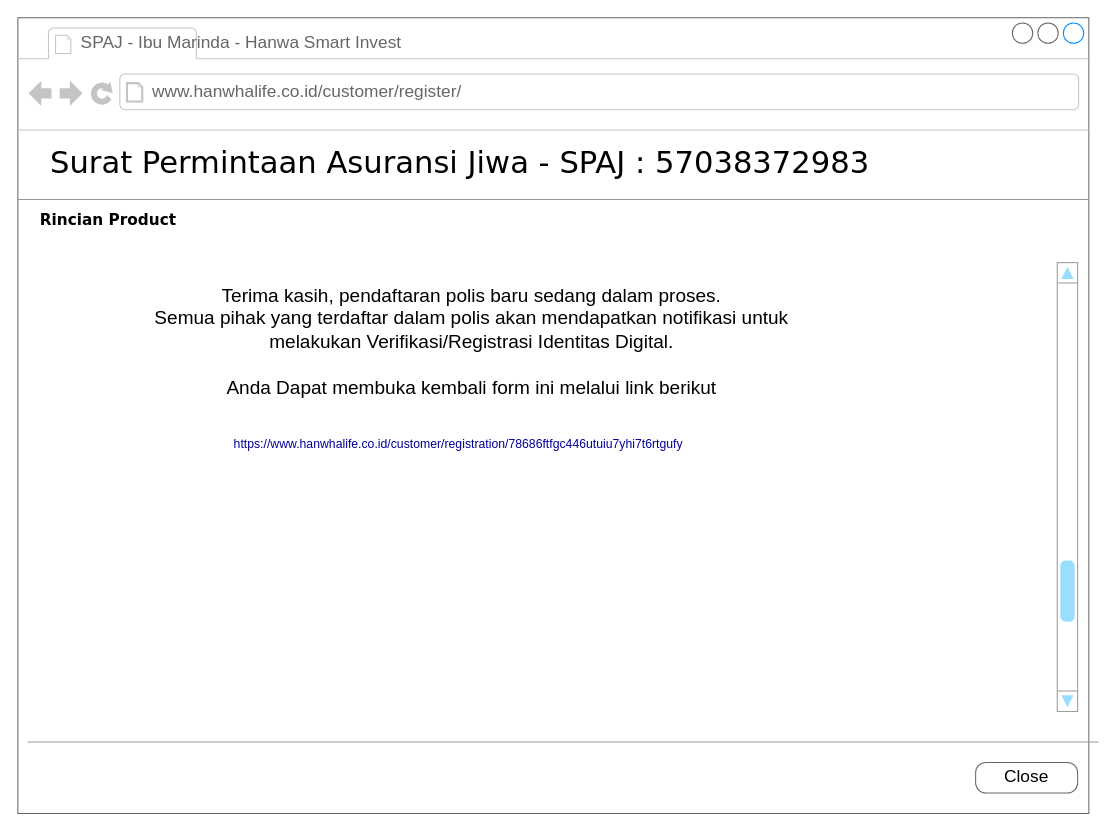
Earlier version of the draw.io diagram page "Final Page" (12 of 17) of CustomerInvitation.drawio (gustianom/hanwhaiso). Source tidied: cells renumbered, new cells numbered last; positions are measured from the earlier drawing's top-left corner, leaving out a move shared by most shapes. Both pictures are drawn from the tidied source at 102%, with x=0, y=0 at pixel (17, 17).
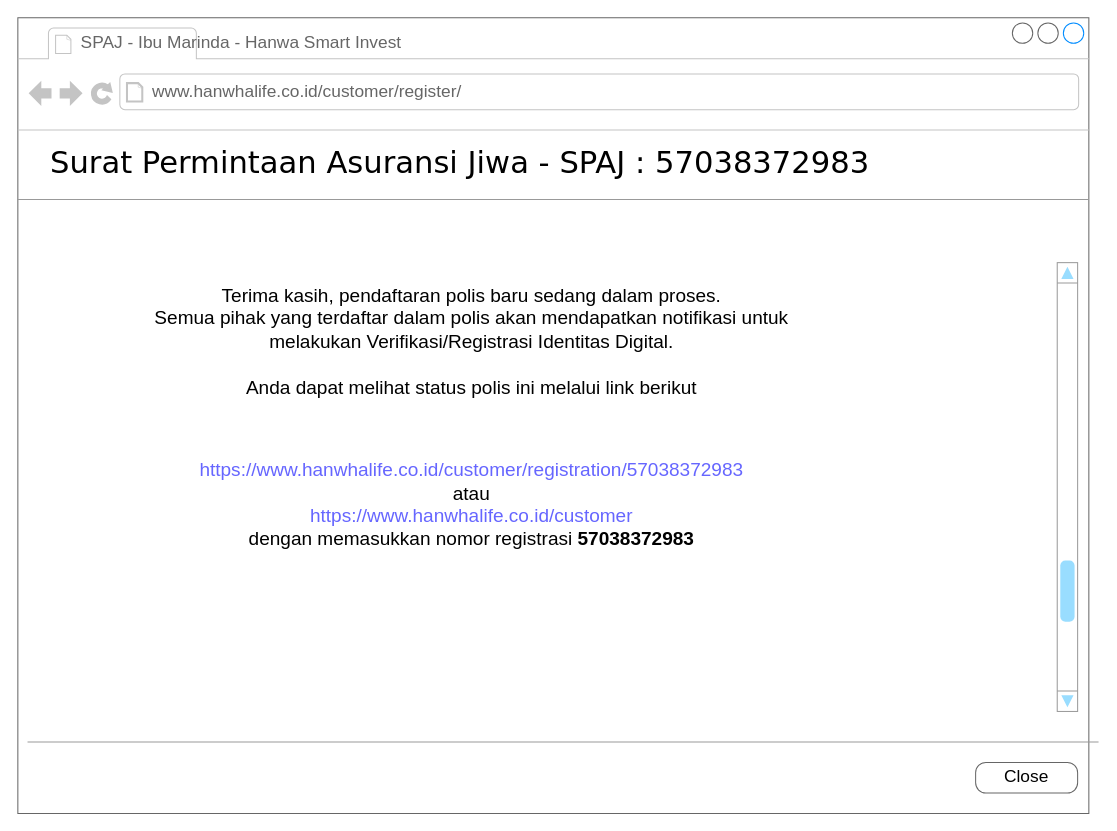
The same diagram, later.

Diff of the diagram source:
```diff
@@
 <mxGraphModel background="#ffffff">
   <root>
     <mxCell id="0" />
     <mxCell id="1" parent="0" />
     <mxCell id="2" style="strokeWidth=1;shadow=0;dashed=0;align=center;html=1;shape=mxgraph.mockup.containers.browserWindow;rSize=0;strokeColor=#666666;mainText=,;rounded=0;labelBackgroundColor=none;fontFamily=Verdana;fontSize=12;" parent="1" vertex="1">
       <mxGeometry width="1050" height="780" as="geometry" />
     </mxCell>
     <mxCell id="3" value="SPAJ - Ibu Marinda - Hanwa Smart Invest" style="strokeWidth=1;shadow=0;dashed=0;align=center;html=1;shape=mxgraph.mockup.containers.anchor;fontSize=17;fontColor=#666666;align=left;" parent="2" vertex="1">
       <mxGeometry x="60" y="12" width="110" height="26" as="geometry" />
     </mxCell>
     <mxCell id="4" value="www.hanwhalife.co.id/customer/register/" style="strokeWidth=1;shadow=0;dashed=0;align=center;html=1;shape=mxgraph.mockup.containers.anchor;rSize=0;fontSize=17;fontColor=#666666;align=left;" parent="2" vertex="1">
       <mxGeometry x="130" y="60" width="250" height="26" as="geometry" />
     </mxCell>
     <mxCell id="5" value="Surat Permintaan Asuransi Jiwa - SPAJ : 57038372983" style="text;html=1;align=left;verticalAlign=top;spacingTop=-4;fontSize=30;fontFamily=Verdana;" parent="2" vertex="1">
       <mxGeometry x="30" y="122" width="890" height="50" as="geometry" />
     </mxCell>
     <mxCell id="6" style="verticalLabelPosition=bottom;shadow=0;dashed=0;align=center;html=1;verticalAlign=top;strokeWidth=1;shape=mxgraph.mockup.markup.line;strokeColor=#999999;rounded=0;labelBackgroundColor=none;fillColor=#ffffff;fontFamily=Verdana;fontSize=12;fontColor=#000000;" parent="2" vertex="1">
       <mxGeometry y="168" width="1050" height="20" as="geometry" />
     </mxCell>
-    <mxCell id="7" value="&lt;b&gt;Rincian Product&lt;/b&gt;" style="text;html=1;align=left;verticalAlign=top;spacingTop=-4;fontSize=15;fontFamily=Verdana;" parent="2" vertex="1">
-      <mxGeometry x="20" y="187" width="170" height="30" as="geometry" />
-    </mxCell>
     <mxCell id="8" style="verticalLabelPosition=bottom;shadow=0;dashed=0;align=center;html=1;verticalAlign=top;strokeWidth=1;shape=mxgraph.mockup.markup.line;strokeColor=#999999;rounded=0;labelBackgroundColor=none;fillColor=#ffffff;fontFamily=Verdana;fontSize=12;fontColor=#000000;" parent="2" vertex="1">
       <mxGeometry x="9.5" y="700" width="1050" height="20" as="geometry" />
     </mxCell>
     <mxCell id="9" style="verticalLabelPosition=bottom;shadow=0;dashed=0;align=center;html=1;verticalAlign=top;strokeWidth=1;shape=mxgraph.mockup.navigation.scrollBar;strokeColor=#999999;barPos=20;fillColor2=#99ddff;strokeColor2=none;direction=north;" parent="2" vertex="1">
       <mxGeometry x="1019" y="240" width="20" height="440" as="geometry" />
     </mxCell>
-    <mxCell id="10" value="&lt;span style=&quot;font-size: 14.0pt ; font-family: &amp;#34;yd윤고딕 320&amp;#34; ; color: black&quot;&gt;Terima&lt;/span&gt;&lt;span style=&quot;font-size: 14.0pt ; font-family: &amp;#34;yd윤고딕 320&amp;#34; ; color: black&quot;&gt;&lt;/span&gt;&lt;span style=&quot;font-size: 14.0pt ; font-family: &amp;#34;yd윤고딕 320&amp;#34; ; color: black&quot;&gt; kasih&lt;/span&gt;&lt;span style=&quot;font-size: 14.0pt ; font-family: &amp;#34;yd윤고딕 320&amp;#34; ; color: black&quot;&gt;, &lt;/span&gt;&lt;span style=&quot;font-size: 14.0pt ; font-family: &amp;#34;yd윤고딕 320&amp;#34; ; color: black&quot;&gt;pendaftaran&lt;/span&gt;&lt;span style=&quot;font-size: 14.0pt ; font-family: &amp;#34;yd윤고딕 320&amp;#34; ; color: black&quot;&gt; polis &lt;/span&gt;&lt;span style=&quot;font-size: 14.0pt ; font-family: &amp;#34;yd윤고딕 320&amp;#34; ; color: black&quot;&gt;baru&lt;/span&gt;&lt;span style=&quot;font-size: 14.0pt ; font-family: &amp;#34;yd윤고딕 320&amp;#34; ; color: black&quot;&gt; &lt;/span&gt;&lt;span style=&quot;font-size: 14.0pt ; font-family: &amp;#34;yd윤고딕 320&amp;#34; ; color: black&quot;&gt;sedang&lt;/span&gt;&lt;span style=&quot;font-size: 14.0pt ; font-family: &amp;#34;yd윤고딕 320&amp;#34; ; color: black&quot;&gt;&lt;/span&gt;&lt;span style=&quot;font-size: 14.0pt ; font-family: &amp;#34;yd윤고딕 320&amp;#34; ; color: black&quot;&gt; dalam&lt;/span&gt;&lt;span style=&quot;font-size: 14.0pt ; font-family: &amp;#34;yd윤고딕 320&amp;#34; ; color: black&quot;&gt; proses. &lt;/span&gt;&lt;div align=&quot;center&quot;&gt;&lt;span style=&quot;font-size: 14.0pt ; font-family: &amp;#34;yd윤고딕 320&amp;#34; ; color: black&quot;&gt;Semua&lt;/span&gt;&lt;span style=&quot;font-size: 14.0pt ; font-family: &amp;#34;yd윤고딕 320&amp;#34; ; color: black&quot;&gt;&lt;/span&gt;&lt;span style=&quot;font-size: 14.0pt ; font-family: &amp;#34;yd윤고딕 320&amp;#34; ; color: black&quot;&gt; pihak&lt;/span&gt;&lt;span style=&quot;font-size: 14.0pt ; font-family: &amp;#34;yd윤고딕 320&amp;#34; ; color: black&quot;&gt; yang&lt;/span&gt;&lt;span style=&quot;font-size: 14.0pt ; font-family: &amp;#34;yd윤고딕 320&amp;#34; ; color: black&quot;&gt; terdaftar&lt;/span&gt;&lt;span style=&quot;font-size: 14.0pt ; font-family: &amp;#34;yd윤고딕 320&amp;#34; ; color: black&quot;&gt; &lt;/span&gt;&lt;span style=&quot;font-size: 14.0pt ; font-family: &amp;#34;yd윤고딕 320&amp;#34; ; color: black&quot;&gt;dalam&lt;/span&gt;&lt;span style=&quot;font-size: 14.0pt ; font-family: &amp;#34;yd윤고딕 320&amp;#34; ; color: black&quot;&gt;&lt;/span&gt;&lt;span style=&quot;font-size: 14.0pt ; font-family: &amp;#34;yd윤고딕 320&amp;#34; ; color: black&quot;&gt; polis &lt;/span&gt;&lt;span style=&quot;font-size: 14.0pt ; font-family: &amp;#34;yd윤고딕 320&amp;#34; ; color: black&quot;&gt;akan&lt;/span&gt;&lt;span style=&quot;font-size: 14.0pt ; font-family: &amp;#34;yd윤고딕 320&amp;#34; ; color: black&quot;&gt; &lt;/span&gt;&lt;span style=&quot;font-size: 14.0pt ; font-family: &amp;#34;yd윤고딕 320&amp;#34; ; color: black&quot;&gt;mendapatkan&lt;/span&gt;&lt;span style=&quot;font-size: 14.0pt ; font-family: &amp;#34;yd윤고딕 320&amp;#34; ; color: black&quot;&gt;&lt;/span&gt;&lt;span style=&quot;font-size: 14.0pt ; font-family: &amp;#34;yd윤고딕 320&amp;#34; ; color: black&quot;&gt; notifikasi&lt;/span&gt;&lt;span style=&quot;font-size: 14.0pt ; font-family: &amp;#34;yd윤고딕 320&amp;#34; ; color: black&quot;&gt; &lt;/span&gt;&lt;span style=&quot;font-size: 14.0pt ; font-family: &amp;#34;yd윤고딕 320&amp;#34; ; color: black&quot;&gt;untuk&lt;/span&gt;&lt;span style=&quot;font-size: 14.0pt ; font-family: &amp;#34;yd윤고딕 320&amp;#34; ; color: black&quot;&gt;&lt;/span&gt;&lt;span style=&quot;font-size: 14.0pt ; font-family: &amp;#34;yd윤고딕 320&amp;#34; ; color: black&quot;&gt; melakukan&lt;/span&gt;&lt;span style=&quot;font-size: 14.0pt ; font-family: &amp;#34;yd윤고딕 320&amp;#34; ; color: black&quot;&gt;&lt;/span&gt;&lt;span style=&quot;font-size: 14.0pt ; font-family: &amp;#34;yd윤고딕 320&amp;#34; ; color: black&quot;&gt; Verifikasi&lt;/span&gt;&lt;span style=&quot;font-size: 14.0pt ; font-family: &amp;#34;yd윤고딕 320&amp;#34; ; color: black&quot;&gt;/&lt;/span&gt;&lt;span style=&quot;font-size: 14.0pt ; font-family: &amp;#34;yd윤고딕 320&amp;#34; ; color: black&quot;&gt;Registrasi&lt;/span&gt;&lt;span style=&quot;font-size: 14.0pt ; font-family: &amp;#34;yd윤고딕 320&amp;#34; ; color: black&quot;&gt;&lt;/span&gt;&lt;span style=&quot;font-size: 14.0pt ; font-family: &amp;#34;yd윤고딕 320&amp;#34; ; color: black&quot;&gt; Identitas&lt;/span&gt;&lt;span style=&quot;font-size: 14.0pt ; font-family: &amp;#34;yd윤고딕 320&amp;#34; ; color: black&quot;&gt; Digital.&lt;/span&gt;&lt;/div&gt;&lt;div align=&quot;center&quot;&gt;&lt;span style=&quot;font-size: 14.0pt ; font-family: &amp;#34;yd윤고딕 320&amp;#34; ; color: black&quot;&gt;&lt;br&gt;&lt;/span&gt;&lt;/div&gt;&lt;div align=&quot;center&quot;&gt;&lt;span style=&quot;font-size: 14.0pt ; font-family: &amp;#34;yd윤고딕 320&amp;#34; ; color: black&quot;&gt;Anda Dapat membuka kembali form ini melalui link berikut&lt;/span&gt;&lt;/div&gt;" style="text;whiteSpace=wrap;html=1;fontColor=#000099;align=center;" parent="2" vertex="1">
-      <mxGeometry x="110" y="255" width="670" height="125" as="geometry" />
+    <mxCell id="10" value="&lt;span style=&quot;font-size: 14.0pt ; font-family: &amp;#34;yd윤고딕 320&amp;#34; ; color: black&quot;&gt;Terima&lt;/span&gt;&lt;span style=&quot;font-size: 14.0pt ; font-family: &amp;#34;yd윤고딕 320&amp;#34; ; color: black&quot;&gt;&lt;/span&gt;&lt;span style=&quot;font-size: 14.0pt ; font-family: &amp;#34;yd윤고딕 320&amp;#34; ; color: black&quot;&gt; kasih&lt;/span&gt;&lt;span style=&quot;font-size: 14.0pt ; font-family: &amp;#34;yd윤고딕 320&amp;#34; ; color: black&quot;&gt;, &lt;/span&gt;&lt;span style=&quot;font-size: 14.0pt ; font-family: &amp;#34;yd윤고딕 320&amp;#34; ; color: black&quot;&gt;pendaftaran&lt;/span&gt;&lt;span style=&quot;font-size: 14.0pt ; font-family: &amp;#34;yd윤고딕 320&amp;#34; ; color: black&quot;&gt; polis &lt;/span&gt;&lt;span style=&quot;font-size: 14.0pt ; font-family: &amp;#34;yd윤고딕 320&amp;#34; ; color: black&quot;&gt;baru&lt;/span&gt;&lt;span style=&quot;font-size: 14.0pt ; font-family: &amp;#34;yd윤고딕 320&amp;#34; ; color: black&quot;&gt; &lt;/span&gt;&lt;span style=&quot;font-size: 14.0pt ; font-family: &amp;#34;yd윤고딕 320&amp;#34; ; color: black&quot;&gt;sedang&lt;/span&gt;&lt;span style=&quot;font-size: 14.0pt ; font-family: &amp;#34;yd윤고딕 320&amp;#34; ; color: black&quot;&gt;&lt;/span&gt;&lt;span style=&quot;font-size: 14.0pt ; font-family: &amp;#34;yd윤고딕 320&amp;#34; ; color: black&quot;&gt; dalam&lt;/span&gt;&lt;span style=&quot;font-size: 14.0pt ; font-family: &amp;#34;yd윤고딕 320&amp;#34; ; color: black&quot;&gt; proses. &lt;/span&gt;&lt;div&gt;&lt;span style=&quot;font-size: 14.0pt ; font-family: &amp;#34;yd윤고딕 320&amp;#34; ; color: black&quot;&gt;Semua&lt;/span&gt;&lt;span style=&quot;font-size: 14.0pt ; font-family: &amp;#34;yd윤고딕 320&amp;#34; ; color: black&quot;&gt;&lt;/span&gt;&lt;span style=&quot;font-size: 14.0pt ; font-family: &amp;#34;yd윤고딕 320&amp;#34; ; color: black&quot;&gt; pihak&lt;/span&gt;&lt;span style=&quot;font-size: 14.0pt ; font-family: &amp;#34;yd윤고딕 320&amp;#34; ; color: black&quot;&gt; yang&lt;/span&gt;&lt;span style=&quot;font-size: 14.0pt ; font-family: &amp;#34;yd윤고딕 320&amp;#34; ; color: black&quot;&gt; terdaftar&lt;/span&gt;&lt;span style=&quot;font-size: 14.0pt ; font-family: &amp;#34;yd윤고딕 320&amp;#34; ; color: black&quot;&gt; &lt;/span&gt;&lt;span style=&quot;font-size: 14.0pt ; font-family: &amp;#34;yd윤고딕 320&amp;#34; ; color: black&quot;&gt;dalam&lt;/span&gt;&lt;span style=&quot;font-size: 14.0pt ; font-family: &amp;#34;yd윤고딕 320&amp;#34; ; color: black&quot;&gt;&lt;/span&gt;&lt;span style=&quot;font-size: 14.0pt ; font-family: &amp;#34;yd윤고딕 320&amp;#34; ; color: black&quot;&gt; polis &lt;/span&gt;&lt;span style=&quot;font-size: 14.0pt ; font-family: &amp;#34;yd윤고딕 320&amp;#34; ; color: black&quot;&gt;akan&lt;/span&gt;&lt;span style=&quot;font-size: 14.0pt ; font-family: &amp;#34;yd윤고딕 320&amp;#34; ; color: black&quot;&gt; &lt;/span&gt;&lt;span style=&quot;font-size: 14.0pt ; font-family: &amp;#34;yd윤고딕 320&amp;#34; ; color: black&quot;&gt;mendapatkan&lt;/span&gt;&lt;span style=&quot;font-size: 14.0pt ; font-family: &amp;#34;yd윤고딕 320&amp;#34; ; color: black&quot;&gt;&lt;/span&gt;&lt;span style=&quot;font-size: 14.0pt ; font-family: &amp;#34;yd윤고딕 320&amp;#34; ; color: black&quot;&gt; notifikasi&lt;/span&gt;&lt;span style=&quot;font-size: 14.0pt ; font-family: &amp;#34;yd윤고딕 320&amp;#34; ; color: black&quot;&gt; &lt;/span&gt;&lt;span style=&quot;font-size: 14.0pt ; font-family: &amp;#34;yd윤고딕 320&amp;#34; ; color: black&quot;&gt;untuk&lt;/span&gt;&lt;span style=&quot;font-size: 14.0pt ; font-family: &amp;#34;yd윤고딕 320&amp;#34; ; color: black&quot;&gt;&lt;/span&gt;&lt;span style=&quot;font-size: 14.0pt ; font-family: &amp;#34;yd윤고딕 320&amp;#34; ; color: black&quot;&gt; melakukan&lt;/span&gt;&lt;span style=&quot;font-size: 14.0pt ; font-family: &amp;#34;yd윤고딕 320&amp;#34; ; color: black&quot;&gt;&lt;/span&gt;&lt;span style=&quot;font-size: 14.0pt ; font-family: &amp;#34;yd윤고딕 320&amp;#34; ; color: black&quot;&gt; Verifikasi&lt;/span&gt;&lt;span style=&quot;font-size: 14.0pt ; font-family: &amp;#34;yd윤고딕 320&amp;#34; ; color: black&quot;&gt;/&lt;/span&gt;&lt;span style=&quot;font-size: 14.0pt ; font-family: &amp;#34;yd윤고딕 320&amp;#34; ; color: black&quot;&gt;Registrasi&lt;/span&gt;&lt;span style=&quot;font-size: 14.0pt ; font-family: &amp;#34;yd윤고딕 320&amp;#34; ; color: black&quot;&gt;&lt;/span&gt;&lt;span style=&quot;font-size: 14.0pt ; font-family: &amp;#34;yd윤고딕 320&amp;#34; ; color: black&quot;&gt; Identitas&lt;/span&gt;&lt;span style=&quot;font-size: 14.0pt ; font-family: &amp;#34;yd윤고딕 320&amp;#34; ; color: black&quot;&gt; Digital.&lt;/span&gt;&lt;/div&gt;&lt;div&gt;&lt;span style=&quot;font-size: 14.0pt ; font-family: &amp;#34;yd윤고딕 320&amp;#34; ; color: black&quot;&gt;&lt;br&gt;&lt;/span&gt;&lt;/div&gt;&lt;div&gt;&lt;span style=&quot;font-size: 14.0pt ; font-family: &amp;#34;yd윤고딕 320&amp;#34; ; color: black&quot;&gt;Anda dapat melihat status polis ini melalui link berikut&lt;/span&gt;&lt;/div&gt;&lt;div&gt;&lt;span style=&quot;font-size: 14.0pt ; font-family: &amp;#34;yd윤고딕 320&amp;#34; ; color: black&quot;&gt;&lt;br&gt;&lt;/span&gt;&lt;/div&gt;&lt;div&gt;&lt;br&gt;&lt;span style=&quot;font-size: 14.0pt ; font-family: &amp;#34;yd윤고딕 320&amp;#34; ; color: black&quot;&gt;&lt;br&gt;&lt;font color=&quot;#6666FF&quot;&gt;https://www.hanwhalife.co.id/customer/registration/57038372983&lt;/font&gt;&lt;/span&gt;&lt;/div&gt;&lt;div&gt;&lt;span style=&quot;font-size: 14.0pt ; font-family: &amp;#34;yd윤고딕 320&amp;#34; ; color: black&quot;&gt;atau&lt;/span&gt;&lt;/div&gt;&lt;div&gt;&lt;font color=&quot;#6666FF&quot;&gt;&lt;span style=&quot;font-size: 14pt ; font-family: &amp;#34;yd윤고딕 320&amp;#34;&quot;&gt;https://www.hanwhalife.co.id/customer&lt;/span&gt;&lt;/font&gt;&lt;/div&gt;&lt;div&gt;&lt;span style=&quot;font-size: 14.0pt ; font-family: &amp;#34;yd윤고딕 320&amp;#34; ; color: black&quot;&gt;dengan memasukkan nomor registrasi&lt;b&gt; &lt;/b&gt;&lt;/span&gt;&lt;b&gt;&lt;span style=&quot;font-size: 14.0pt ; font-family: &amp;#34;yd윤고딕 320&amp;#34; ; color: black&quot;&gt;57038372983&lt;/span&gt;&lt;/b&gt;&lt;/div&gt;&lt;div&gt;&lt;span style=&quot;font-size: 14.0pt ; font-family: &amp;#34;yd윤고딕 320&amp;#34; ; color: black&quot;&gt;&lt;br&gt;&lt;/span&gt;&lt;/div&gt;" style="text;whiteSpace=wrap;html=1;fontColor=#000099;align=center;" parent="2" vertex="1">
+      <mxGeometry x="110" y="255" width="670" height="335" as="geometry" />
     </mxCell>
-    <mxCell id="11" value="&#10;https://www.hanwhalife.co.id/customer/registration/78686ftfgc446utuiu7yhi7t6rtgufy" style="text;whiteSpace=wrap;html=1;fontColor=#000099;" parent="2" vertex="1">
-      <mxGeometry x="210" y="390" width="470" height="40" as="geometry" />
-    </mxCell>
     <mxCell id="12" value="Close" style="strokeWidth=1;shadow=0;dashed=0;align=center;html=1;shape=mxgraph.mockup.buttons.button;strokeColor=#666666;mainText=;buttonStyle=round;fontSize=17;fontStyle=0;fillColor=none;whiteSpace=wrap;rounded=0;labelBackgroundColor=none;" parent="1" vertex="1">
       <mxGeometry x="939" y="730" width="100" height="30" as="geometry" />
     </mxCell>
   </root>
 </mxGraphModel>
```
